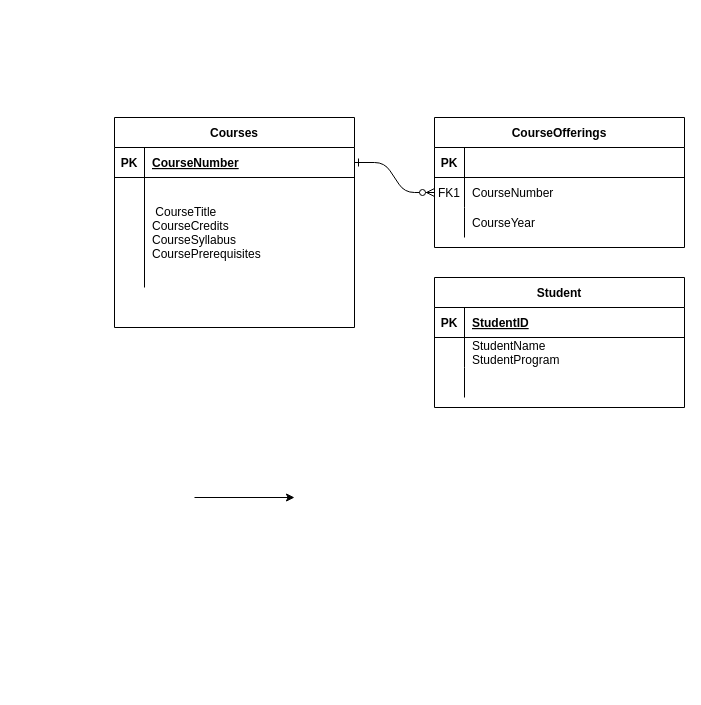
The draw.io diagram Untitled Diagram.drawio in HarrisonMicai/Music-Library-Database, before the edit. Source tidied: cells renumbered, new cells numbered last; positions are measured from the earlier drawing's top-left corner, leaving out a move shared by most shapes. Both pictures are drawn from the tidied source at 100%, with x=0, y=0 at pixel (114, 117).
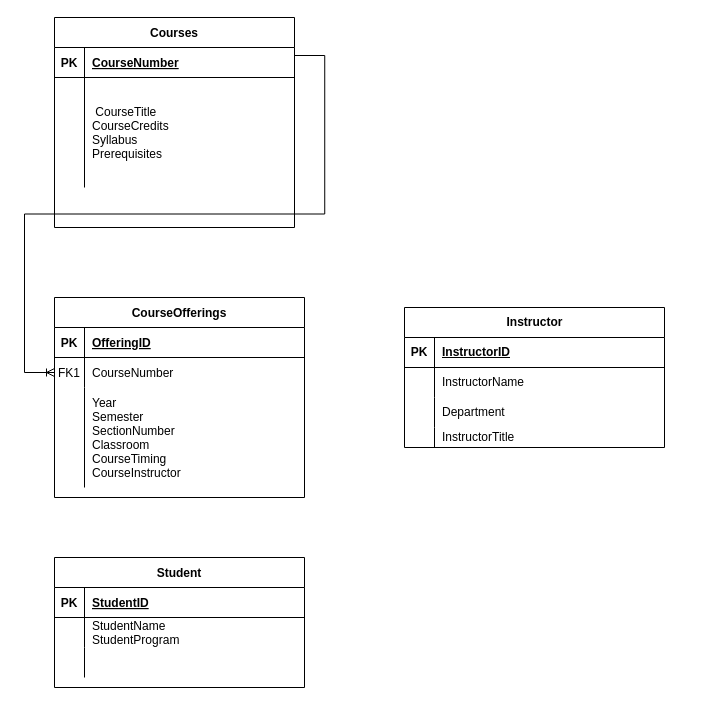
Above is the later version.

Unchanged cells that the change refers to:
```xml
<mxCell id="4" style="shape=partialRectangle;fillColor=none;top=0;left=0;right=0;bottom=1;" parent="3" vertex="1">
  <mxGeometry y="30" width="250" height="30" as="geometry" />
</mxCell>
<mxCell id="7" style="shape=partialRectangle;fillColor=none;points=[[0,0.5],[1,0.5]];portConstraint=eastwest;top=0;left=0;right=0;bottom=0;" parent="3" vertex="1">
  <mxGeometry y="60" width="250" height="30" as="geometry" />
</mxCell>
<mxCell id="24" style="shape=partialRectangle;fillColor=none;points=[[0,0.5],[1,0.5]];portConstraint=eastwest;top=0;left=0;right=0;bottom=1;" parent="23" vertex="1">
  <mxGeometry y="30" width="240" height="30" as="geometry" />
</mxCell>
<mxCell id="27" style="shape=partialRectangle;fillColor=none;top=0;left=0;right=0;bottom=0;" parent="23" vertex="1">
  <mxGeometry y="60" width="240" height="110" as="geometry" />
</mxCell>
```

The edit, as a diff of the source:
```diff
@@
-    <mxCell id="2" style="edgeStyle=entityRelationEdgeStyle;endArrow=ERzeroToMany;startArrow=ERone;endFill=1;startFill=0;" parent="1" edge="1" source="24" target="7">
-      <mxGeometry relative="1" as="geometry" />
-    </mxCell>
     <mxCell id="3" value="CourseOfferings" style="shape=table;startSize=30;childLayout=tableLayout;rowLines=0;fontStyle=1;align=center;" parent="1" vertex="1">
-      <mxGeometry x="320" width="250" height="130" as="geometry" />
+      <mxGeometry x="-60" y="180" width="250" height="200" as="geometry" />
     </mxCell>
@@
-    <mxCell id="6" style="shape=partialRectangle;overflow=hidden;fillColor=none;top=0;left=0;bottom=0;right=0;align=left;spacingLeft=6;fontStyle=5;" parent="4" vertex="1">
+    <mxCell id="6" value="OfferingID" style="shape=partialRectangle;overflow=hidden;fillColor=none;top=0;left=0;bottom=0;right=0;align=left;spacingLeft=6;fontStyle=5;" parent="4" vertex="1">
       <mxGeometry x="30" width="220" height="30" as="geometry" />
     </mxCell>
@@
     <mxCell id="10" style="shape=partialRectangle;fillColor=none;top=0;left=0;right=0;bottom=0;" parent="3" vertex="1">
-      <mxGeometry y="90" width="250" height="30" as="geometry" />
+      <mxGeometry y="90" width="250" height="100" as="geometry" />
     </mxCell>
     <mxCell id="11" style="shape=partialRectangle;overflow=hidden;fillColor=none;top=0;left=0;bottom=0;right=0;" parent="10" vertex="1">
-      <mxGeometry width="30" height="30" as="geometry" />
+      <mxGeometry width="30" height="100" as="geometry" />
     </mxCell>
-    <mxCell id="12" value="CourseYear" style="shape=partialRectangle;overflow=hidden;fillColor=none;top=0;left=0;bottom=0;right=0;align=left;spacingLeft=6;" parent="10" vertex="1">
-      <mxGeometry x="30" width="220" height="30" as="geometry" />
+    <mxCell id="12" value="Year&#10;Semester&#10;SectionNumber&#10;Classroom&#10;CourseTiming&#10;CourseInstructor" style="shape=partialRectangle;overflow=hidden;fillColor=none;top=0;left=0;bottom=0;right=0;align=left;spacingLeft=6;" parent="10" vertex="1">
+      <mxGeometry x="30" width="220" height="100" as="geometry" />
     </mxCell>
     <mxCell id="13" value="Student" style="shape=table;startSize=30;childLayout=tableLayout;rowLines=0;fontStyle=1;align=center;" parent="1" vertex="1">
-      <mxGeometry x="320" y="160" width="250" height="130" as="geometry" />
+      <mxGeometry x="-60" y="440" width="250" height="130" as="geometry" />
     </mxCell>
@@
     <mxCell id="23" value="Courses" style="shape=table;startSize=30;childLayout=tableLayout;rowLines=0;fontStyle=1;align=center;" parent="1" vertex="1">
-      <mxGeometry width="240" height="210" as="geometry" />
+      <mxGeometry x="-60" y="-100" width="240" height="210" as="geometry" />
     </mxCell>
@@
-    <mxCell id="29" value=" CourseTitle&#10;CourseCredits&#10;CourseSyllabus&#10;CoursePrerequisites" style="shape=partialRectangle;overflow=hidden;fillColor=none;top=0;left=0;bottom=0;right=0;align=left;spacingLeft=6;" parent="27" vertex="1">
+    <mxCell id="29" value=" CourseTitle&#10;CourseCredits&#10;Syllabus&#10;Prerequisites" style="shape=partialRectangle;overflow=hidden;fillColor=none;top=0;left=0;bottom=0;right=0;align=left;spacingLeft=6;" parent="27" vertex="1">
       <mxGeometry x="30" width="210" height="110" as="geometry" />
     </mxCell>
-    <mxCell id="30" style="edgeStyle=none;orthogonalLoop=1;jettySize=auto;html=1;rounded=0;" parent="1" edge="1">
-      <mxGeometry relative="1" as="geometry">
-        <mxPoint x="80" y="380" as="sourcePoint" />
-        <mxPoint x="180" y="380" as="targetPoint" />
-      </mxGeometry>
-    </mxCell>
+    <mxCell id="31" value="Instructor" style="shape=table;startSize=30;childLayout=tableLayout;rowLines=0;fontStyle=1;align=center;html=1;" parent="1" vertex="1">
+      <mxGeometry x="290" y="190" width="260" height="140" as="geometry" />
+    </mxCell>
+    <mxCell id="32" style="shape=tableRow;horizontal=0;startSize=0;swimlaneHead=0;swimlaneBody=0;fillColor=none;top=0;left=0;right=0;bottom=1;" parent="31" vertex="1">
+      <mxGeometry y="30" width="260" height="30" as="geometry" />
+    </mxCell>
+    <mxCell id="33" value="PK" style="shape=partialRectangle;fillColor=none;top=0;left=0;bottom=0;right=0;fontStyle=1;overflow=hidden;whiteSpace=wrap;html=1;" parent="32" vertex="1">
+      <mxGeometry width="30" height="30" as="geometry" />
+    </mxCell>
+    <mxCell id="34" value="InstructorID" style="shape=partialRectangle;fillColor=none;top=0;left=0;bottom=0;right=0;align=left;spacingLeft=6;fontStyle=5;overflow=hidden;whiteSpace=wrap;html=1;" parent="32" vertex="1">
+      <mxGeometry x="30" width="230" height="30" as="geometry" />
+    </mxCell>
+    <mxCell id="35" style="shape=tableRow;horizontal=0;startSize=0;swimlaneHead=0;swimlaneBody=0;fillColor=none;top=0;left=0;right=0;bottom=0;" parent="31" vertex="1">
+      <mxGeometry y="60" width="260" height="30" as="geometry" />
+    </mxCell>
+    <mxCell id="36" style="shape=partialRectangle;fillColor=none;top=0;left=0;bottom=0;right=0;overflow=hidden;whiteSpace=wrap;html=1;" parent="35" vertex="1">
+      <mxGeometry width="30" height="30" as="geometry" />
+    </mxCell>
+    <mxCell id="37" value="InstructorName" style="shape=partialRectangle;fillColor=none;top=0;left=0;bottom=0;right=0;align=left;spacingLeft=6;overflow=hidden;whiteSpace=wrap;html=1;" parent="35" vertex="1">
+      <mxGeometry x="30" width="230" height="30" as="geometry" />
+    </mxCell>
+    <mxCell id="38" style="shape=tableRow;horizontal=0;startSize=0;swimlaneHead=0;swimlaneBody=0;fillColor=none;top=0;left=0;right=0;bottom=0;" parent="31" vertex="1">
+      <mxGeometry y="90" width="260" height="30" as="geometry" />
+    </mxCell>
+    <mxCell id="39" style="shape=partialRectangle;fillColor=none;top=0;left=0;bottom=0;right=0;overflow=hidden;whiteSpace=wrap;html=1;" parent="38" vertex="1">
+      <mxGeometry width="30" height="30" as="geometry" />
+    </mxCell>
+    <mxCell id="40" value="Department" style="shape=partialRectangle;fillColor=none;top=0;left=0;bottom=0;right=0;align=left;spacingLeft=6;overflow=hidden;whiteSpace=wrap;html=1;" parent="38" vertex="1">
+      <mxGeometry x="30" width="230" height="30" as="geometry" />
+    </mxCell>
+    <mxCell id="41" style="shape=tableRow;horizontal=0;startSize=0;swimlaneHead=0;swimlaneBody=0;fillColor=none;top=0;left=0;right=0;bottom=0;" parent="31" vertex="1">
+      <mxGeometry y="120" width="260" height="20" as="geometry" />
+    </mxCell>
+    <mxCell id="42" style="shape=partialRectangle;fillColor=none;top=0;left=0;bottom=0;right=0;overflow=hidden;whiteSpace=wrap;html=1;" parent="41" vertex="1">
+      <mxGeometry width="30" height="20" as="geometry" />
+    </mxCell>
+    <mxCell id="43" value="InstructorTitle" style="shape=partialRectangle;fillColor=none;top=0;left=0;bottom=0;right=0;align=left;spacingLeft=6;overflow=hidden;whiteSpace=wrap;html=1;" parent="41" vertex="1">
+      <mxGeometry x="30" width="230" height="20" as="geometry" />
+    </mxCell>
+    <mxCell id="44" style="edgeStyle=entityRelationEdgeStyle;fontSize=12;html=1;endArrow=ERoneToMany;rounded=0;exitX=1.001;exitY=0.267;exitDx=0;exitDy=0;exitPerimeter=0;" parent="1" edge="1" source="24">
+      <mxGeometry relative="1" as="geometry">
+        <mxPoint x="-60" y="255" as="targetPoint" />
+        <Array as="points">
+          <mxPoint x="-60" y="-60" />
+          <mxPoint x="-10" y="110" />
+          <mxPoint x="-40" y="230" />
+          <mxPoint x="20" y="160" />
+          <mxPoint x="-100" y="160" />
+        </Array>
+      </mxGeometry>
+    </mxCell>
```
